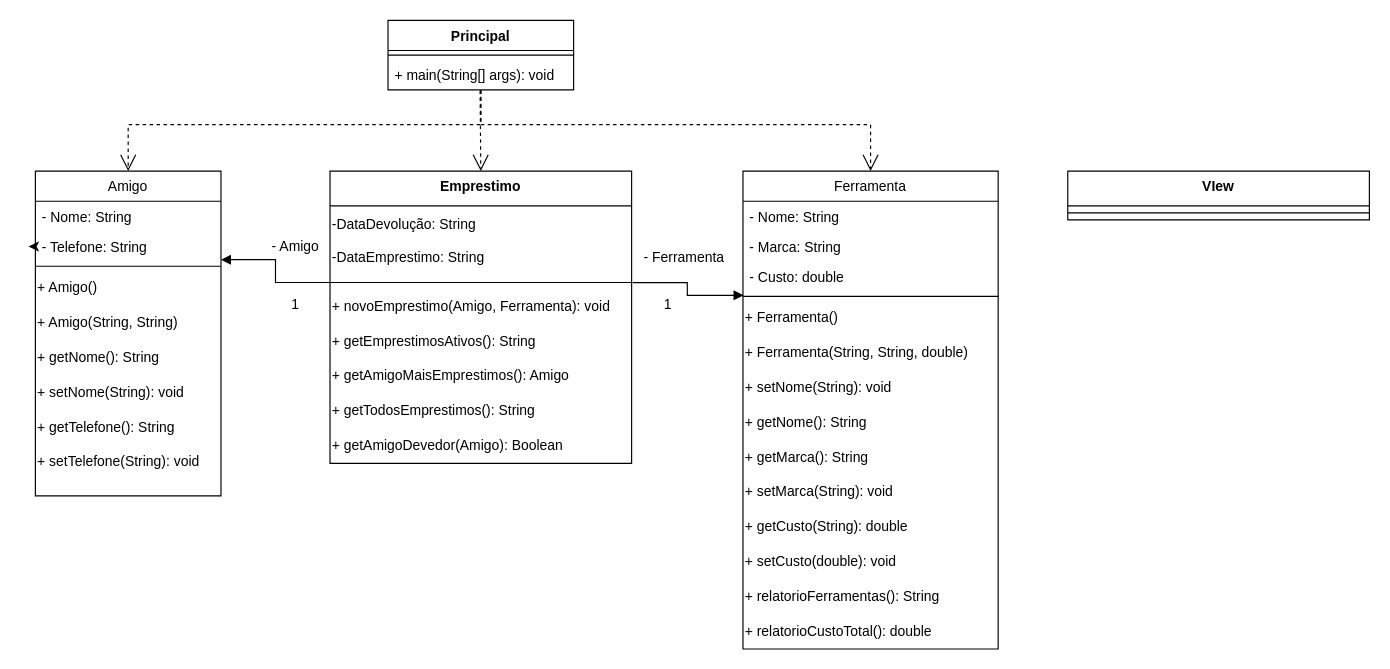
This is Diagrama_de_classes.drawio from felipeghizo/Emprestimo_Ferramentas, a draw.io file, before an edit. Source tidied: cells renumbered, new cells numbered last; positions are measured from the earlier drawing's top-left corner, leaving out a move shared by most shapes. Both pictures are drawn from the tidied source at 116%, with x=0, y=0 at pixel (35, 20).
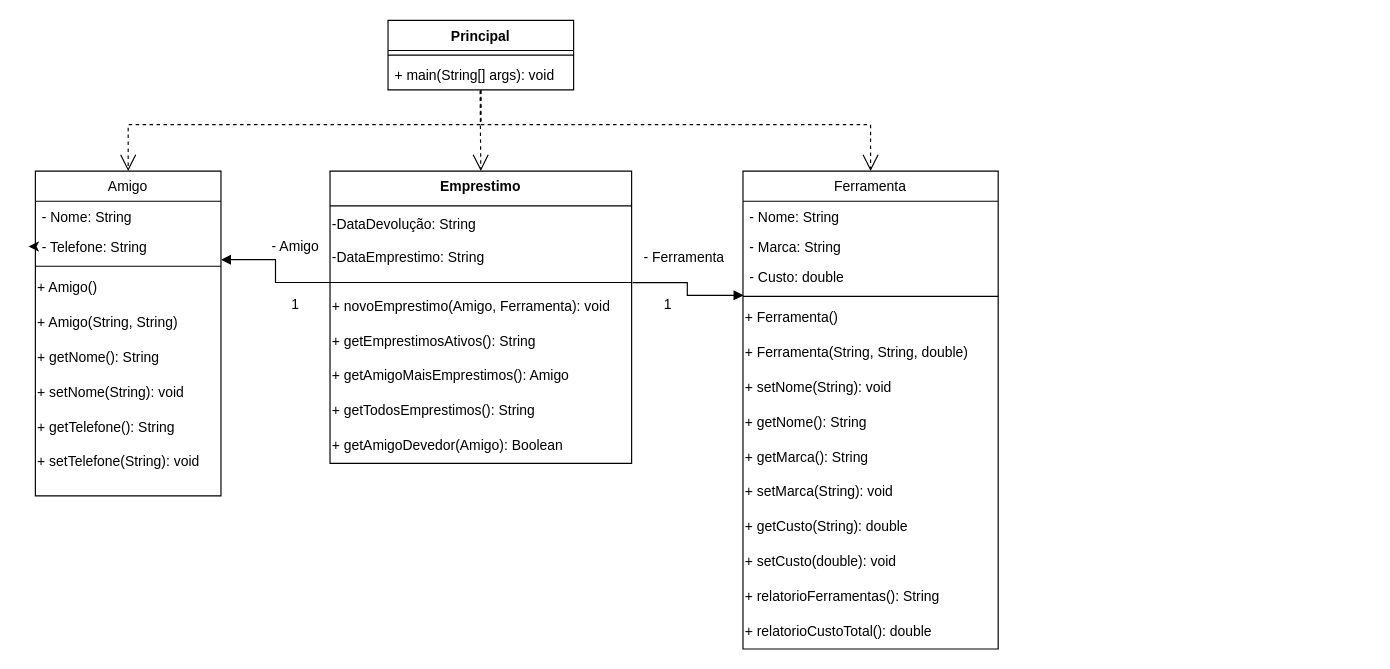
The same page after the edit.

Diff of the diagram source:
```diff
@@
-    <mxCell id="48" value="VIew" style="swimlane;fontStyle=1;align=center;verticalAlign=top;horizontal=1;startSize=30;whiteSpace=wrap;html=1;" parent="1" vertex="1">
-      <mxGeometry x="890" y="130" width="260" height="42" as="geometry" />
-    </mxCell>
-    <mxCell id="49" style="line;strokeWidth=1;fillColor=none;align=left;verticalAlign=middle;spacingTop=-1;spacingLeft=3;spacingRight=3;labelPosition=right;strokeColor=inherit;" parent="48" vertex="1">
-      <mxGeometry y="30" width="260" height="12" as="geometry" />
-    </mxCell>
```
